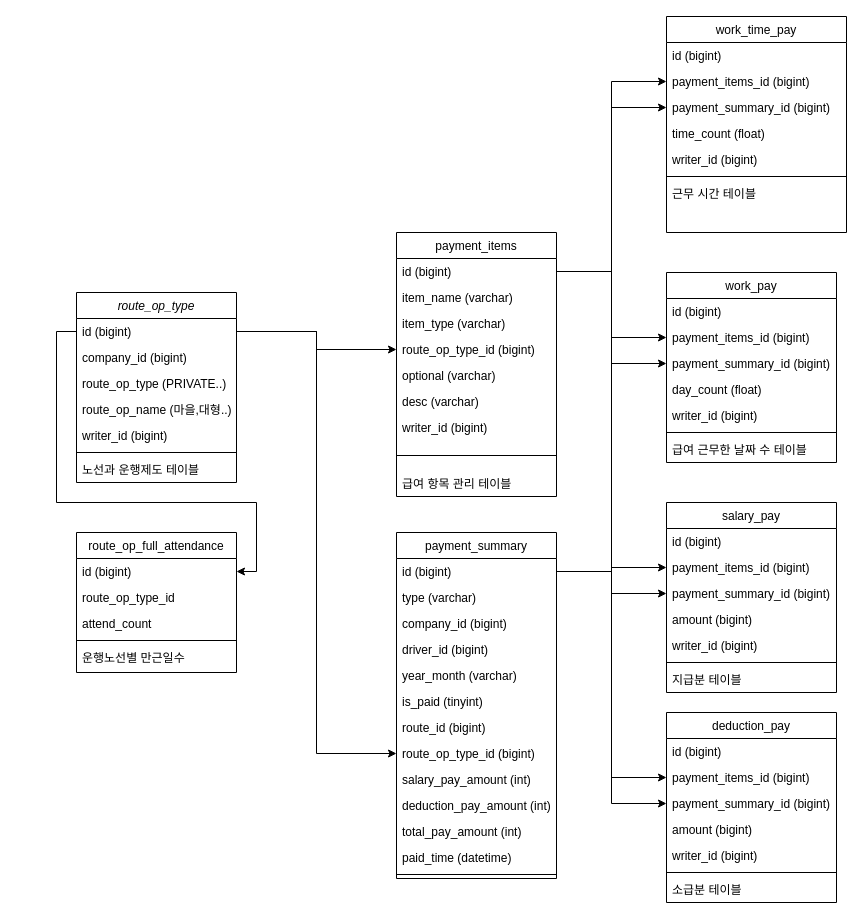
kikii-develope/system_architecture_design keeps this draw.io diagram as smart_ts_payroll_table.drawio. Above is the earlier version. Source tidied: cells renumbered, new cells numbered last; positions are measured from the earlier drawing's top-left corner, leaving out a move shared by most shapes. Both pictures are drawn from the tidied source at 100%, with x=0, y=0 at pixel (56, 16).
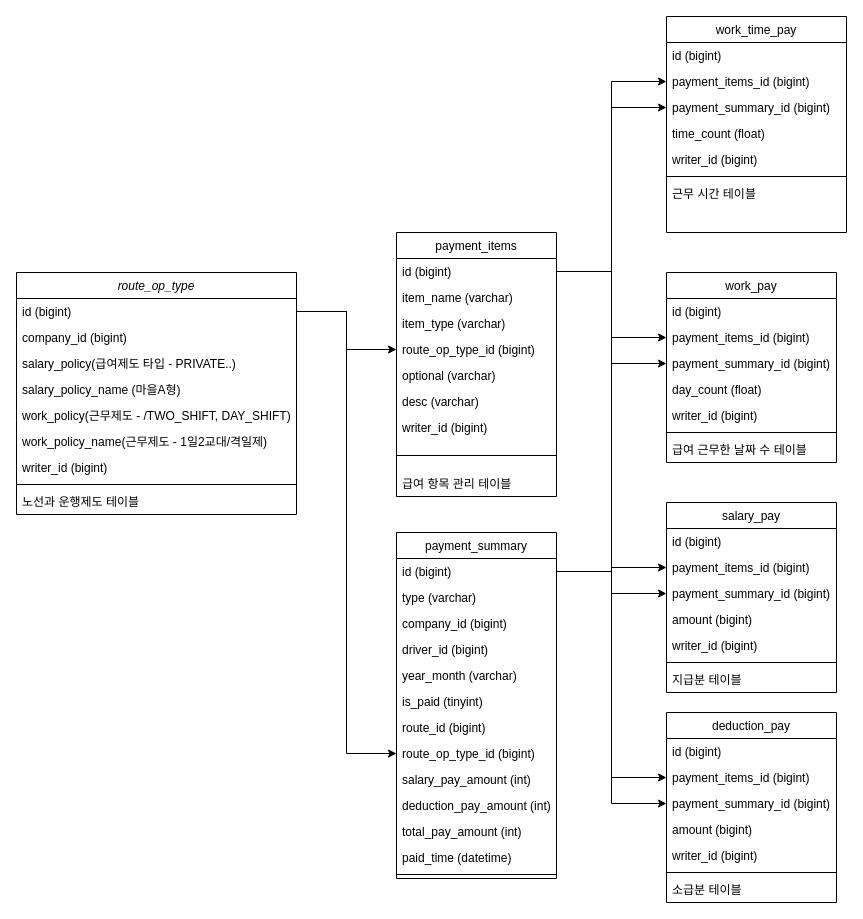
The same page after the edit.

Commit message:
route_op_type 테이블 수정

What changed in the source:
```diff
@@
     <mxCell id="2" value="route_op_type" style="swimlane;fontStyle=2;align=center;verticalAlign=top;horizontal=1;startSize=26;rounded=0;shadow=0;strokeWidth=1;" parent="1" vertex="1">
-      <mxGeometry x="20" y="276" width="160" height="190" as="geometry" />
+      <mxGeometry x="-40" y="256" width="280" height="242" as="geometry" />
     </mxCell>
     <mxCell id="3" value="id (bigint)" style="text;align=left;verticalAlign=top;spacingLeft=4;spacingRight=4;overflow=hidden;points=[[0,0.5],[1,0.5]];portConstraint=eastwest;" parent="2" vertex="1">
-      <mxGeometry y="26" width="160" height="26" as="geometry" />
+      <mxGeometry y="26" width="280" height="26" as="geometry" />
     </mxCell>
     <mxCell id="4" value="company_id (bigint)" style="text;align=left;verticalAlign=top;spacingLeft=4;spacingRight=4;overflow=hidden;rounded=0;shadow=0;html=0;" parent="2" vertex="1">
-      <mxGeometry y="52" width="160" height="26" as="geometry" />
+      <mxGeometry y="52" width="280" height="26" as="geometry" />
     </mxCell>
+    <mxCell id="6" value="salary_policy(급여제도 타입 - PRIVATE..)" style="text;align=left;verticalAlign=top;spacingLeft=4;spacingRight=4;overflow=hidden;rounded=0;shadow=0;html=0;" parent="2" vertex="1">
+      <mxGeometry y="78" width="280" height="26" as="geometry" />
+    </mxCell>
-    <mxCell id="5" value="route_op_type (PRIVATE..)" style="text;align=left;verticalAlign=top;spacingLeft=4;spacingRight=4;overflow=hidden;rounded=0;shadow=0;html=0;" parent="2" vertex="1">
-      <mxGeometry y="78" width="160" height="26" as="geometry" />
+    <mxCell id="5" value="salary_policy_name (마을A형)" style="text;align=left;verticalAlign=top;spacingLeft=4;spacingRight=4;overflow=hidden;rounded=0;shadow=0;html=0;" parent="2" vertex="1">
+      <mxGeometry y="104" width="280" height="26" as="geometry" />
     </mxCell>
-    <mxCell id="6" value="route_op_name (마을,대형..)" style="text;align=left;verticalAlign=top;spacingLeft=4;spacingRight=4;overflow=hidden;rounded=0;shadow=0;html=0;" parent="2" vertex="1">
-      <mxGeometry y="104" width="160" height="26" as="geometry" />
-    </mxCell>
+    <mxCell id="83" value="work_policy(근무제도 - /TWO_SHIFT, DAY_SHIFT)" style="text;align=left;verticalAlign=top;spacingLeft=4;spacingRight=4;overflow=hidden;rounded=0;shadow=0;html=0;" parent="2" vertex="1">
+      <mxGeometry y="130" width="280" height="26" as="geometry" />
+    </mxCell>
+    <mxCell id="84" value="work_policy_name(근무제도 - 1일2교대/격일제)" style="text;align=left;verticalAlign=top;spacingLeft=4;spacingRight=4;overflow=hidden;rounded=0;shadow=0;html=0;" parent="2" vertex="1">
+      <mxGeometry y="156" width="280" height="26" as="geometry" />
+    </mxCell>
     <mxCell id="7" value="writer_id (bigint)" style="text;align=left;verticalAlign=top;spacingLeft=4;spacingRight=4;overflow=hidden;rounded=0;shadow=0;html=0;" parent="2" vertex="1">
-      <mxGeometry y="130" width="160" height="26" as="geometry" />
+      <mxGeometry y="182" width="280" height="26" as="geometry" />
     </mxCell>
     <mxCell id="8" style="line;html=1;strokeWidth=1;align=left;verticalAlign=middle;spacingTop=-1;spacingLeft=3;spacingRight=3;labelPosition=right;" parent="2" vertex="1">
-      <mxGeometry y="156" width="160" height="8" as="geometry" />
+      <mxGeometry y="208" width="280" height="8" as="geometry" />
     </mxCell>
     <mxCell id="9" value="노선과 운행제도 테이블" style="text;align=left;verticalAlign=top;spacingLeft=4;spacingRight=4;overflow=hidden;" parent="2" vertex="1">
-      <mxGeometry y="164" width="160" height="26" as="geometry" />
+      <mxGeometry y="216" width="280" height="26" as="geometry" />
     </mxCell>
@@
-    <mxCell id="26" value="route_op_full_attendance" style="swimlane;fontStyle=0;align=center;verticalAlign=top;horizontal=1;startSize=26;rounded=0;shadow=0;strokeWidth=1;" parent="1" vertex="1">
-      <mxGeometry x="20" y="516" width="160" height="140" as="geometry" />
-    </mxCell>
-    <mxCell id="27" value="id (bigint)" style="text;align=left;verticalAlign=top;spacingLeft=4;spacingRight=4;overflow=hidden;points=[[0,0.5],[1,0.5]];portConstraint=eastwest;" parent="26" vertex="1">
-      <mxGeometry y="26" width="160" height="26" as="geometry" />
-    </mxCell>
-    <mxCell id="28" value="route_op_type_id" style="text;align=left;verticalAlign=top;spacingLeft=4;spacingRight=4;overflow=hidden;rounded=0;shadow=0;html=0;" parent="26" vertex="1">
-      <mxGeometry y="52" width="160" height="26" as="geometry" />
-    </mxCell>
-    <mxCell id="29" value="attend_count" style="text;align=left;verticalAlign=top;spacingLeft=4;spacingRight=4;overflow=hidden;rounded=0;shadow=0;html=0;" parent="26" vertex="1">
-      <mxGeometry y="78" width="160" height="26" as="geometry" />
-    </mxCell>
-    <mxCell id="30" style="line;html=1;strokeWidth=1;align=left;verticalAlign=middle;spacingTop=-1;spacingLeft=3;spacingRight=3;labelPosition=right;" parent="26" vertex="1">
-      <mxGeometry y="104" width="160" height="8" as="geometry" />
-    </mxCell>
-    <mxCell id="31" value="운행노선별 만근일수" style="text;align=left;verticalAlign=top;spacingLeft=4;spacingRight=4;overflow=hidden;" parent="26" vertex="1">
-      <mxGeometry y="112" width="160" height="26" as="geometry" />
-    </mxCell>
@@
-    <mxCell id="82" style="edgeStyle=orthogonalEdgeStyle;rounded=0;jettySize=auto;html=1;entryX=1;entryY=0.5;entryDx=0;entryDy=0;" parent="1" edge="1" source="3" target="27">
-      <mxGeometry relative="1" as="geometry">
-        <Array as="points">
-          <mxPoint y="315" />
-          <mxPoint y="486" />
-          <mxPoint x="200" y="486" />
-          <mxPoint x="200" y="555" />
-        </Array>
-      </mxGeometry>
-    </mxCell>
```
